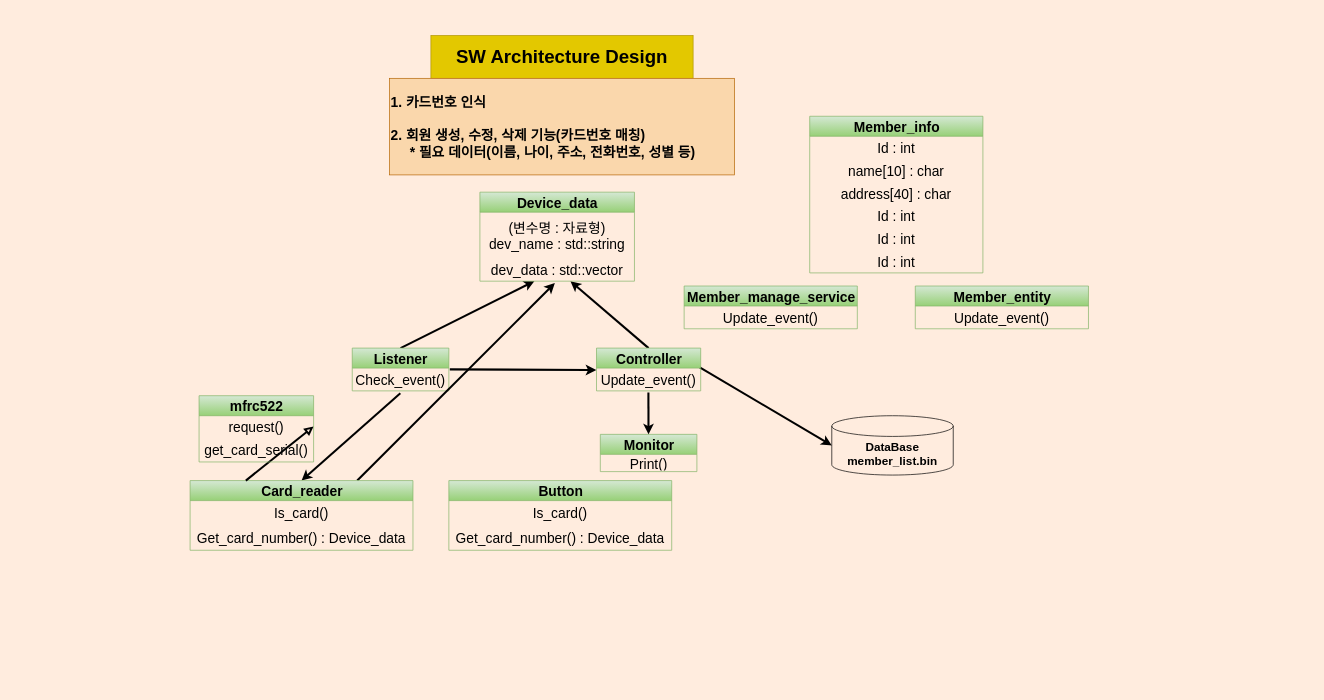
Before: sw_design/Golf_member_manager_design.drawio in YongSinPark/Golf_member_manager, a draw.io diagram. Source tidied: cells renumbered, new cells numbered last; positions are measured from the earlier drawing's top-left corner, leaving out a move shared by most shapes. Both pictures are drawn from the tidied source at 69%, with x=0, y=0 at pixel (190, 35).
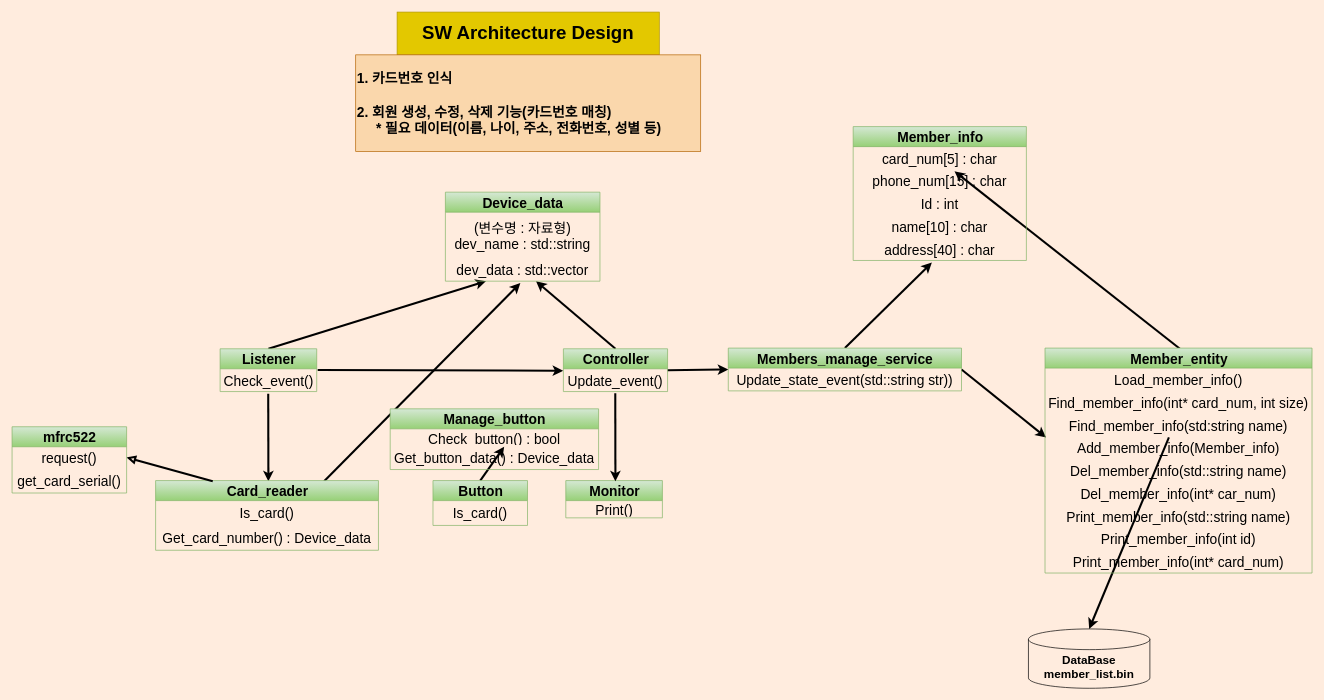
The same page after the edit.

The change refers to these unchanged cells:
```xml
<mxCell id="7" value="Check_event()" style="text;html=1;strokeColor=none;fillColor=none;align=center;verticalAlign=middle;spacingLeft=4;spacingRight=4;overflow=hidden;points=[[0,0.5],[1,0.5]];portConstraint=eastwest;fontSize=20;fontColor=#000000;" parent="6" vertex="1">
  <mxGeometry y="29" width="140" height="33" as="geometry" />
</mxCell>
<mxCell id="18" value="Update_event()" style="text;html=1;strokeColor=none;fillColor=none;align=center;verticalAlign=middle;spacingLeft=4;spacingRight=4;overflow=hidden;points=[[0,0.5],[1,0.5]];portConstraint=eastwest;fontSize=20;fontColor=#000000;" parent="17" vertex="1">
  <mxGeometry y="29" width="151" height="33" as="geometry" />
</mxCell>
<mxCell id="22" value="dev_data : std::vector" style="text;html=1;strokeColor=none;fillColor=none;align=center;verticalAlign=middle;spacingLeft=4;spacingRight=4;overflow=hidden;points=[[0,0.5],[1,0.5]];portConstraint=eastwest;fontSize=20;fontColor=#000000;" parent="20" vertex="1">
  <mxGeometry y="96" width="224" height="33" as="geometry" />
</mxCell>
<mxCell id="25" value="request()" style="text;html=1;strokeColor=none;fillColor=none;align=center;verticalAlign=middle;spacingLeft=4;spacingRight=4;overflow=hidden;points=[[0,0.5],[1,0.5]];portConstraint=eastwest;fontSize=20;fontColor=#000000;" parent="24" vertex="1">
  <mxGeometry y="29" width="166" height="31" as="geometry" />
</mxCell>
```

Change to the diagram source:
```diff
@@
     <mxCell id="3" value="&lt;font color=&quot;#000000&quot; size=&quot;1&quot;&gt;&lt;b style=&quot;font-size: 27px&quot;&gt;SW Architecture Design&lt;/b&gt;&lt;/font&gt;" style="whiteSpace=wrap;html=1;fillColor=#e3c800;fontColor=#000000;strokeColor=#B09500;" parent="1" vertex="1">
-      <mxGeometry x="349" width="380" height="62" as="geometry" />
+      <mxGeometry x="300" y="-34" width="380" height="62" as="geometry" />
     </mxCell>
     <mxCell id="4" value="&lt;div&gt;&lt;b style=&quot;font-size: 20px ; color: rgb(0 , 0 , 0)&quot;&gt;1. 카드번호 인식&lt;/b&gt;&lt;/div&gt;&lt;div&gt;&lt;b style=&quot;font-size: 20px ; color: rgb(0 , 0 , 0)&quot;&gt;&lt;br&gt;&lt;/b&gt;&lt;/div&gt;&lt;font color=&quot;#000000&quot; style=&quot;font-size: 20px&quot;&gt;&lt;div&gt;&lt;b&gt;2. 회원 생성, 수정, 삭제 기능(카드번호 매칭)&lt;/b&gt;&lt;/div&gt;&lt;/font&gt;&lt;b style=&quot;color: rgb(0 , 0 , 0) ; font-size: 20px&quot;&gt;&amp;nbsp; &amp;nbsp; &amp;nbsp;* 필요 데이터(이름, 나이, 주소, 전화번호, 성별 등)&lt;/b&gt;&lt;font color=&quot;#000000&quot; style=&quot;font-size: 20px&quot;&gt;&lt;b&gt;&lt;br&gt;&lt;/b&gt;&lt;/font&gt;" style="whiteSpace=wrap;html=1;fillColor=#fad7ac;strokeColor=#b46504;align=left;" parent="1" vertex="1">
-      <mxGeometry x="289" y="62" width="500" height="140" as="geometry" />
+      <mxGeometry x="240" y="28" width="500" height="140" as="geometry" />
     </mxCell>
@@
     <mxCell id="6" value="&lt;font color=&quot;#000000&quot;&gt;Listener&lt;/font&gt;" style="swimlane;fontStyle=1;align=center;verticalAlign=middle;horizontal=1;startSize=29;html=1;fontSize=20;fillColor=#d5e8d4;strokeColor=#82b366;gradientColor=#97d077;" parent="1" vertex="1">
-      <mxGeometry x="235" y="453" width="140" height="62" as="geometry" />
+      <mxGeometry x="43.5" y="454" width="140" height="62" as="geometry" />
     </mxCell>
@@
     <mxCell id="8" value="&lt;font color=&quot;#000000&quot;&gt;Monitor&lt;/font&gt;" style="swimlane;fontStyle=1;align=center;verticalAlign=middle;horizontal=1;startSize=29;html=1;fontSize=20;fillColor=#d5e8d4;gradientColor=#97d077;strokeColor=#82b366;" parent="1" vertex="1">
-      <mxGeometry x="594.5" y="578" width="140" height="54" as="geometry" />
+      <mxGeometry x="544.5" y="645" width="140" height="54" as="geometry" />
     </mxCell>
@@
-    <mxCell id="10" style="edgeStyle=none;rounded=0;html=1;fontSize=20;fontColor=#000000;strokeColor=#000000;strokeWidth=3;entryX=0.5;entryY=0;entryDx=0;entryDy=0;exitX=0.498;exitY=1.1;exitDx=0;exitDy=0;exitPerimeter=0;" parent="1" edge="1" source="7" target="12">
-      <mxGeometry relative="1" as="geometry" />
+    <mxCell id="10" style="edgeStyle=none;rounded=0;html=1;fontSize=20;fontColor=#000000;strokeColor=#000000;strokeWidth=3;entryX=0.5;entryY=0;entryDx=0;entryDy=0;exitX=0.498;exitY=1.1;exitDx=0;exitDy=0;exitPerimeter=0;" parent="1" edge="1" source="7">
+      <mxGeometry relative="1" as="geometry">
+        <mxPoint x="113.5" y="646" as="targetPoint" />
+      </mxGeometry>
     </mxCell>
-    <mxCell id="11" style="edgeStyle=none;rounded=0;html=1;exitX=0.75;exitY=0;exitDx=0;exitDy=0;entryX=0.485;entryY=1.081;entryDx=0;entryDy=0;entryPerimeter=0;fontSize=20;fontColor=#000000;strokeColor=#000000;strokeWidth=3;" parent="1" edge="1" source="12" target="22">
-      <mxGeometry relative="1" as="geometry" />
+    <mxCell id="11" style="edgeStyle=none;rounded=0;html=1;exitX=0.75;exitY=0;exitDx=0;exitDy=0;entryX=0.485;entryY=1.081;entryDx=0;entryDy=0;entryPerimeter=0;fontSize=20;fontColor=#000000;strokeColor=#000000;strokeWidth=3;" parent="1" edge="1" target="22">
+      <mxGeometry relative="1" as="geometry">
+        <mxPoint x="194.2" y="646" as="sourcePoint" />
+      </mxGeometry>
     </mxCell>
     <mxCell id="12" value="&lt;font color=&quot;#000000&quot;&gt;Card_reader&lt;/font&gt;" style="swimlane;fontStyle=1;align=center;verticalAlign=middle;horizontal=1;startSize=29;html=1;fontSize=20;fillColor=#d5e8d4;gradientColor=#97d077;strokeColor=#82b366;" parent="1" vertex="1">
-      <mxGeometry y="645" width="323" height="101" as="geometry" />
+      <mxGeometry x="-50" y="645" width="323" height="101" as="geometry" />
     </mxCell>
@@
-    <mxCell id="16" style="edgeStyle=none;html=1;exitX=0.987;exitY=-0.043;exitDx=0;exitDy=0;entryX=0;entryY=0.5;entryDx=0;entryDy=0;entryPerimeter=0;fontSize=17;fontColor=#000000;strokeColor=#000000;strokeWidth=3;exitPerimeter=0;" parent="1" edge="1" source="18" target="27">
+    <mxCell id="16" style="edgeStyle=none;html=1;entryX=0.5;entryY=0;entryDx=0;entryDy=0;entryPerimeter=0;fontSize=17;fontColor=#000000;strokeColor=#000000;strokeWidth=3;exitX=0.464;exitY=1.04;exitDx=0;exitDy=0;exitPerimeter=0;" parent="1" edge="1" source="48" target="27">
       <mxGeometry relative="1" as="geometry" />
     </mxCell>
+    <mxCell id="42" style="edgeStyle=none;html=1;exitX=1;exitY=0.5;exitDx=0;exitDy=0;entryX=0;entryY=0.5;entryDx=0;entryDy=0;strokeColor=#000000;strokeWidth=3;" parent="1" edge="1" source="17" target="28">
+      <mxGeometry relative="1" as="geometry" />
+    </mxCell>
     <mxCell id="17" value="&lt;font color=&quot;#000000&quot;&gt;Controller&lt;/font&gt;" style="swimlane;fontStyle=1;align=center;verticalAlign=middle;horizontal=1;startSize=29;html=1;fontSize=20;fillColor=#d5e8d4;strokeColor=#82b366;gradientColor=#97d077;" parent="1" vertex="1">
-      <mxGeometry x="589" y="453" width="151" height="62" as="geometry" />
+      <mxGeometry x="541" y="454" width="151" height="62" as="geometry" />
     </mxCell>
@@
-    <mxCell id="19" style="edgeStyle=none;html=1;strokeColor=#000000;strokeWidth=3;exitX=0.498;exitY=1.072;exitDx=0;exitDy=0;exitPerimeter=0;" parent="1" edge="1" source="18" target="8">
-      <mxGeometry relative="1" as="geometry" />
+    <mxCell id="19" style="edgeStyle=none;html=1;strokeColor=#000000;strokeWidth=3;exitX=0.498;exitY=1.072;exitDx=0;exitDy=0;exitPerimeter=0;" parent="1" edge="1" source="18">
+      <mxGeometry relative="1" as="geometry">
+        <mxPoint x="616.4" y="646" as="targetPoint" />
+      </mxGeometry>
     </mxCell>
     <mxCell id="20" value="&lt;font color=&quot;#000000&quot;&gt;Device_data&lt;/font&gt;" style="swimlane;fontStyle=1;align=center;verticalAlign=middle;horizontal=1;startSize=29;html=1;fontSize=20;fillColor=#d5e8d4;strokeColor=#82b366;gradientColor=#97d077;" parent="1" vertex="1">
-      <mxGeometry x="420" y="227" width="224" height="129" as="geometry" />
+      <mxGeometry x="370" y="227" width="224" height="129" as="geometry" />
     </mxCell>
@@
-    <mxCell id="23" style="edgeStyle=none;rounded=0;html=1;exitX=0.25;exitY=0;exitDx=0;exitDy=0;fontSize=20;fontColor=#000000;strokeColor=#000000;strokeWidth=3;endArrow=block;endFill=0;entryX=1;entryY=0.5;entryDx=0;entryDy=0;" parent="1" edge="1" source="12" target="25">
-      <mxGeometry relative="1" as="geometry" />
+    <mxCell id="23" style="edgeStyle=none;rounded=0;html=1;exitX=0.25;exitY=0;exitDx=0;exitDy=0;fontSize=20;fontColor=#000000;strokeColor=#000000;strokeWidth=3;endArrow=block;endFill=0;entryX=1;entryY=0.5;entryDx=0;entryDy=0;" parent="1" edge="1" target="25">
+      <mxGeometry relative="1" as="geometry">
+        <mxPoint x="32.8" y="646" as="sourcePoint" />
+      </mxGeometry>
     </mxCell>
     <mxCell id="24" value="&lt;font color=&quot;#000000&quot;&gt;mfrc522&lt;/font&gt;" style="swimlane;fontStyle=1;align=center;verticalAlign=middle;horizontal=1;startSize=29;html=1;fontSize=20;fillColor=#d5e8d4;gradientColor=#97d077;strokeColor=#82b366;" parent="1" vertex="1">
-      <mxGeometry x="13" y="522" width="166" height="96" as="geometry" />
+      <mxGeometry x="-258" y="567" width="166" height="96" as="geometry" />
     </mxCell>
@@
     <mxCell id="27" value="&lt;font color=&quot;#000000&quot; size=&quot;1&quot;&gt;&lt;b style=&quot;font-size: 17px&quot;&gt;DataBase&lt;br&gt;member_list.bin&lt;br&gt;&lt;/b&gt;&lt;/font&gt;" style="shape=cylinder3;whiteSpace=wrap;html=1;boundedLbl=1;backgroundOutline=1;size=15;fillColor=none;strokeColor=#000000;" parent="1" vertex="1">
-      <mxGeometry x="930" y="551" width="176" height="86" as="geometry" />
+      <mxGeometry x="1215" y="860" width="176" height="86" as="geometry" />
     </mxCell>
+    <mxCell id="43" style="edgeStyle=none;html=1;exitX=0.5;exitY=0;exitDx=0;exitDy=0;strokeColor=#000000;strokeWidth=3;" parent="1" edge="1" source="28">
+      <mxGeometry relative="1" as="geometry">
+        <mxPoint x="1075" y="329" as="targetPoint" />
+      </mxGeometry>
+    </mxCell>
+    <mxCell id="44" style="edgeStyle=none;html=1;exitX=1;exitY=0.5;exitDx=0;exitDy=0;entryX=0.004;entryY=0.045;entryDx=0;entryDy=0;entryPerimeter=0;strokeColor=#000000;strokeWidth=3;" parent="1" edge="1" source="28" target="31">
+      <mxGeometry relative="1" as="geometry" />
+    </mxCell>
-    <mxCell id="28" value="&lt;font color=&quot;#000000&quot;&gt;Member_manage_service&lt;/font&gt;" style="swimlane;fontStyle=1;align=center;verticalAlign=middle;horizontal=1;startSize=29;html=1;fontSize=20;fillColor=#d5e8d4;strokeColor=#82b366;gradientColor=#97d077;" parent="1" vertex="1">
-      <mxGeometry x="716" y="363" width="251" height="62" as="geometry" />
+    <mxCell id="28" value="&lt;font color=&quot;#000000&quot;&gt;Members_manage_service&lt;/font&gt;" style="swimlane;fontStyle=1;align=center;verticalAlign=middle;horizontal=1;startSize=29;html=1;fontSize=20;fillColor=#d5e8d4;strokeColor=#82b366;gradientColor=#97d077;" parent="1" vertex="1">
+      <mxGeometry x="780" y="453" width="338" height="62" as="geometry" />
     </mxCell>
-    <mxCell id="29" value="Update_event()" style="text;html=1;strokeColor=none;fillColor=none;align=center;verticalAlign=middle;spacingLeft=4;spacingRight=4;overflow=hidden;fontSize=20;fontColor=#000000;" parent="28" vertex="1">
-      <mxGeometry y="29" width="251" height="33" as="geometry" />
+    <mxCell id="29" value="Update_state_event(std::string str))" style="text;html=1;strokeColor=none;fillColor=none;align=center;verticalAlign=middle;spacingLeft=4;spacingRight=4;overflow=hidden;fontSize=20;fontColor=#000000;" parent="28" vertex="1">
+      <mxGeometry y="29" width="338" height="33" as="geometry" />
     </mxCell>
+    <mxCell id="45" style="edgeStyle=none;html=1;exitX=0.5;exitY=0;exitDx=0;exitDy=0;entryX=0.585;entryY=1.086;entryDx=0;entryDy=0;entryPerimeter=0;strokeWidth=3;strokeColor=#000000;" parent="1" edge="1" target="37">
+      <mxGeometry relative="1" as="geometry">
+        <mxPoint x="1434.5" y="454" as="sourcePoint" />
+      </mxGeometry>
+    </mxCell>
     <mxCell id="30" value="&lt;font color=&quot;#000000&quot;&gt;Member_entity&lt;/font&gt;" style="swimlane;fontStyle=1;align=center;verticalAlign=middle;horizontal=1;startSize=29;html=1;fontSize=20;fillColor=#d5e8d4;strokeColor=#82b366;gradientColor=#97d077;" parent="1" vertex="1">
-      <mxGeometry x="1051" y="363" width="251" height="62" as="geometry" />
+      <mxGeometry x="1239" y="453" width="387" height="326" as="geometry" />
     </mxCell>
+    <mxCell id="46" value="Load_member_info()" style="text;html=1;strokeColor=none;fillColor=none;align=center;verticalAlign=middle;spacingLeft=4;spacingRight=4;overflow=hidden;fontSize=20;fontColor=#000000;" parent="30" vertex="1">
+      <mxGeometry y="29" width="387" height="33" as="geometry" />
+    </mxCell>
+    <mxCell id="47" value="Find_member_info(int* card_num, int size)" style="text;html=1;strokeColor=none;fillColor=none;align=center;verticalAlign=middle;spacingLeft=4;spacingRight=4;overflow=hidden;fontSize=20;fontColor=#000000;" parent="30" vertex="1">
+      <mxGeometry y="62" width="387" height="33" as="geometry" />
+    </mxCell>
+    <mxCell id="48" value="Find_member_info(std:string name)" style="text;html=1;strokeColor=none;fillColor=none;align=center;verticalAlign=middle;spacingLeft=4;spacingRight=4;overflow=hidden;points=[[0,0.5],[1,0.5]];portConstraint=eastwest;fontSize=20;fontColor=#000000;" parent="30" vertex="1">
+      <mxGeometry y="95" width="387" height="33" as="geometry" />
+    </mxCell>
-    <mxCell id="31" value="Update_event()" style="text;html=1;strokeColor=none;fillColor=none;align=center;verticalAlign=middle;spacingLeft=4;spacingRight=4;overflow=hidden;points=[[0,0.5],[1,0.5]];portConstraint=eastwest;fontSize=20;fontColor=#000000;" parent="30" vertex="1">
-      <mxGeometry y="29" width="251" height="33" as="geometry" />
+    <mxCell id="31" value="Add_member_info(Member_info)" style="text;html=1;strokeColor=none;fillColor=none;align=center;verticalAlign=middle;spacingLeft=4;spacingRight=4;overflow=hidden;points=[[0,0.5],[1,0.5]];portConstraint=eastwest;fontSize=20;fontColor=#000000;" parent="30" vertex="1">
+      <mxGeometry y="128" width="387" height="33" as="geometry" />
     </mxCell>
+    <mxCell id="49" value="Del_member_info(std::string name)" style="text;html=1;strokeColor=none;fillColor=none;align=center;verticalAlign=middle;spacingLeft=4;spacingRight=4;overflow=hidden;fontSize=20;fontColor=#000000;" parent="30" vertex="1">
+      <mxGeometry y="161" width="387" height="33" as="geometry" />
+    </mxCell>
+    <mxCell id="50" value="Del_member_info(int* car_num)" style="text;html=1;strokeColor=none;fillColor=none;align=center;verticalAlign=middle;spacingLeft=4;spacingRight=4;overflow=hidden;fontSize=20;fontColor=#000000;" parent="30" vertex="1">
+      <mxGeometry y="194" width="387" height="33" as="geometry" />
+    </mxCell>
+    <mxCell id="51" value="Print_member_info(std::string name)" style="text;html=1;strokeColor=none;fillColor=none;align=center;verticalAlign=middle;spacingLeft=4;spacingRight=4;overflow=hidden;fontSize=20;fontColor=#000000;" parent="30" vertex="1">
+      <mxGeometry y="227" width="387" height="33" as="geometry" />
+    </mxCell>
+    <mxCell id="52" value="Print_member_info(int id)" style="text;html=1;strokeColor=none;fillColor=none;align=center;verticalAlign=middle;spacingLeft=4;spacingRight=4;overflow=hidden;fontSize=20;fontColor=#000000;" parent="30" vertex="1">
+      <mxGeometry y="260" width="387" height="33" as="geometry" />
+    </mxCell>
+    <mxCell id="53" value="Print_member_info(int* card_num)" style="text;html=1;strokeColor=none;fillColor=none;align=center;verticalAlign=middle;spacingLeft=4;spacingRight=4;overflow=hidden;fontSize=20;fontColor=#000000;" parent="30" vertex="1">
+      <mxGeometry y="293" width="387" height="33" as="geometry" />
+    </mxCell>
     <mxCell id="32" value="&lt;font color=&quot;#000000&quot;&gt;Member_info&lt;/font&gt;" style="swimlane;fontStyle=1;align=center;verticalAlign=middle;horizontal=1;startSize=29;html=1;fontSize=20;fillColor=#d5e8d4;strokeColor=#82b366;gradientColor=#97d077;" parent="1" vertex="1">
-      <mxGeometry x="898" y="117" width="251" height="227" as="geometry" />
+      <mxGeometry x="961" y="132" width="251" height="194" as="geometry" />
     </mxCell>
+    <mxCell id="37" value="card_num[5] : char" style="text;html=1;strokeColor=none;fillColor=none;align=center;verticalAlign=middle;spacingLeft=4;spacingRight=4;overflow=hidden;points=[[0,0.5],[1,0.5]];portConstraint=eastwest;fontSize=20;fontColor=#000000;" parent="32" vertex="1">
+      <mxGeometry y="29" width="251" height="33" as="geometry" />
+    </mxCell>
+    <mxCell id="36" value="phone_num[15] : char" style="text;html=1;strokeColor=none;fillColor=none;align=center;verticalAlign=middle;spacingLeft=4;spacingRight=4;overflow=hidden;fontSize=20;fontColor=#000000;" parent="32" vertex="1">
+      <mxGeometry y="62" width="251" height="33" as="geometry" />
+    </mxCell>
     <mxCell id="33" value="Id : int" style="text;html=1;strokeColor=none;fillColor=none;align=center;verticalAlign=middle;spacingLeft=4;spacingRight=4;overflow=hidden;fontSize=20;fontColor=#000000;" parent="32" vertex="1">
-      <mxGeometry y="29" width="251" height="33" as="geometry" />
+      <mxGeometry y="95" width="251" height="33" as="geometry" />
     </mxCell>
     <mxCell id="34" value="name[10] : char" style="text;html=1;strokeColor=none;fillColor=none;align=center;verticalAlign=middle;spacingLeft=4;spacingRight=4;overflow=hidden;fontSize=20;fontColor=#000000;" parent="32" vertex="1">
-      <mxGeometry y="62" width="251" height="33" as="geometry" />
+      <mxGeometry y="128" width="251" height="33" as="geometry" />
     </mxCell>
     <mxCell id="35" value="address[40] : char" style="text;html=1;strokeColor=none;fillColor=none;align=center;verticalAlign=middle;spacingLeft=4;spacingRight=4;overflow=hidden;fontSize=20;fontColor=#000000;" parent="32" vertex="1">
-      <mxGeometry y="95" width="251" height="33" as="geometry" />
+      <mxGeometry y="161" width="251" height="33" as="geometry" />
     </mxCell>
-    <mxCell id="36" value="Id : int" style="text;html=1;strokeColor=none;fillColor=none;align=center;verticalAlign=middle;spacingLeft=4;spacingRight=4;overflow=hidden;fontSize=20;fontColor=#000000;" parent="32" vertex="1">
-      <mxGeometry y="128" width="251" height="33" as="geometry" />
-    </mxCell>
-    <mxCell id="37" value="Id : int" style="text;html=1;strokeColor=none;fillColor=none;align=center;verticalAlign=middle;spacingLeft=4;spacingRight=4;overflow=hidden;points=[[0,0.5],[1,0.5]];portConstraint=eastwest;fontSize=20;fontColor=#000000;" parent="32" vertex="1">
-      <mxGeometry y="161" width="251" height="33" as="geometry" />
-    </mxCell>
-    <mxCell id="38" value="Id : int" style="text;html=1;strokeColor=none;fillColor=none;align=center;verticalAlign=middle;spacingLeft=4;spacingRight=4;overflow=hidden;fontSize=20;fontColor=#000000;" parent="32" vertex="1">
-      <mxGeometry y="194" width="251" height="33" as="geometry" />
-    </mxCell>
+    <mxCell id="54" style="edgeStyle=none;html=1;exitX=0.5;exitY=0;exitDx=0;exitDy=0;entryX=0.547;entryY=1.035;entryDx=0;entryDy=0;entryPerimeter=0;strokeColor=#000000;strokeWidth=3;" parent="1" edge="1" source="39" target="56">
+      <mxGeometry relative="1" as="geometry" />
+    </mxCell>
     <mxCell id="39" value="&lt;font color=&quot;#000000&quot;&gt;Button&lt;/font&gt;" style="swimlane;fontStyle=1;align=center;verticalAlign=middle;horizontal=1;startSize=29;html=1;fontSize=20;fillColor=#d5e8d4;gradientColor=#97d077;strokeColor=#82b366;" parent="1" vertex="1">
-      <mxGeometry x="375" y="645" width="323" height="101" as="geometry" />
+      <mxGeometry x="352" y="645" width="137" height="65" as="geometry" />
     </mxCell>
     <mxCell id="40" value="Is_card()" style="text;html=1;strokeColor=none;fillColor=none;align=center;verticalAlign=middle;spacingLeft=4;spacingRight=4;overflow=hidden;fontSize=20;fontColor=#000000;" parent="39" vertex="1">
-      <mxGeometry y="29" width="323" height="36" as="geometry" />
+      <mxGeometry y="29" width="137" height="36" as="geometry" />
     </mxCell>
-    <mxCell id="41" value="Get_card_number() : Device_data" style="text;html=1;strokeColor=none;fillColor=none;align=center;verticalAlign=middle;spacingLeft=4;spacingRight=4;overflow=hidden;fontSize=20;fontColor=#000000;" parent="39" vertex="1">
-      <mxGeometry y="65" width="323" height="36" as="geometry" />
-    </mxCell>
+    <mxCell id="55" value="&lt;font color=&quot;#000000&quot;&gt;Manage_button&lt;/font&gt;" style="swimlane;fontStyle=1;align=center;verticalAlign=middle;horizontal=1;startSize=29;html=1;fontSize=20;fillColor=#d5e8d4;gradientColor=#97d077;strokeColor=#82b366;" parent="1" vertex="1">
+      <mxGeometry x="290" y="541" width="302" height="88" as="geometry" />
+    </mxCell>
+    <mxCell id="56" value="Check_button() : bool" style="text;html=1;strokeColor=none;fillColor=none;align=center;verticalAlign=middle;spacingLeft=4;spacingRight=4;overflow=hidden;points=[[0,0.5],[1,0.5]];portConstraint=eastwest;fontSize=20;fontColor=#000000;" parent="55" vertex="1">
+      <mxGeometry y="29" width="302" height="25" as="geometry" />
+    </mxCell>
+    <mxCell id="57" value="Get_button_data() : Device_data" style="text;html=1;strokeColor=none;fillColor=none;align=center;verticalAlign=middle;spacingLeft=4;spacingRight=4;overflow=hidden;fontSize=20;fontColor=#000000;" parent="55" vertex="1">
+      <mxGeometry y="54" width="302" height="34" as="geometry" />
+    </mxCell>
```
